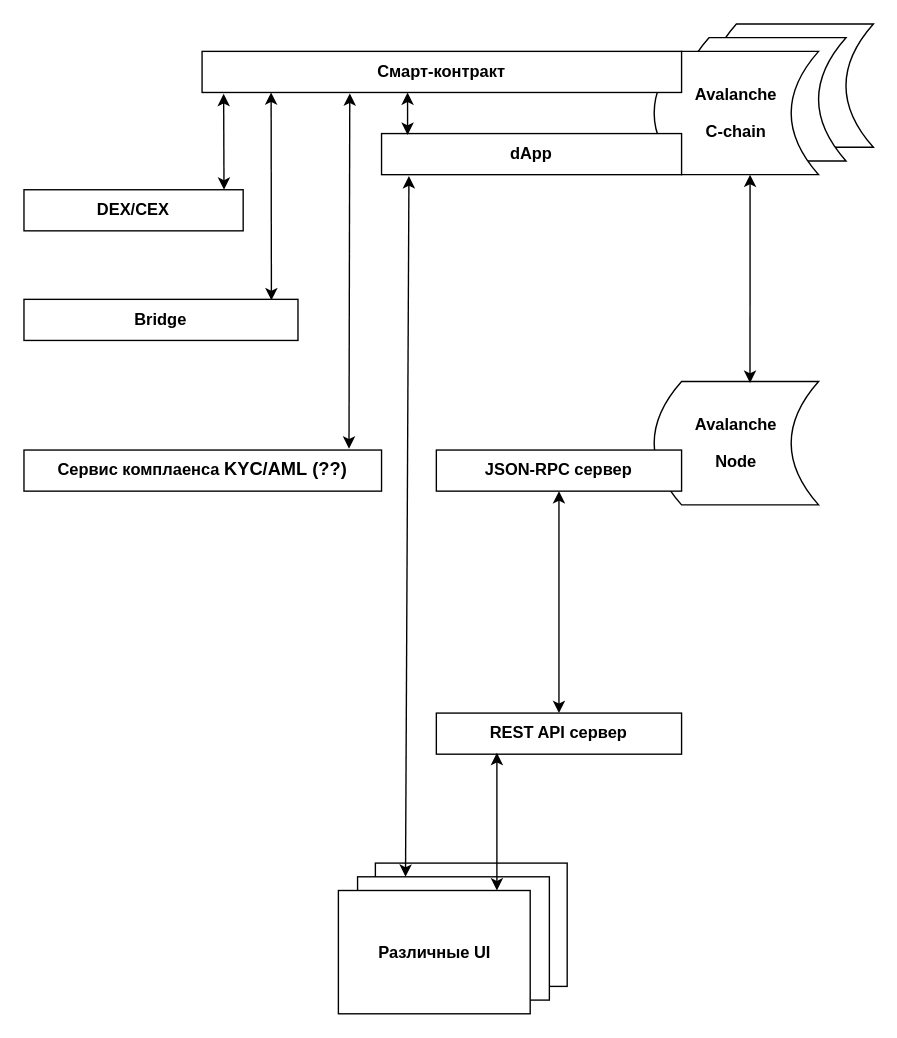
Earlier version of the draw.io diagram RETM_MVP.drawio (rpurei/RETM-Schemes). Source tidied: cells renumbered, new cells numbered last; positions are measured from the earlier drawing's top-left corner, leaving out a move shared by most shapes. Both pictures are drawn from the tidied source at 137%, with x=0, y=0 at pixel (23, 23).
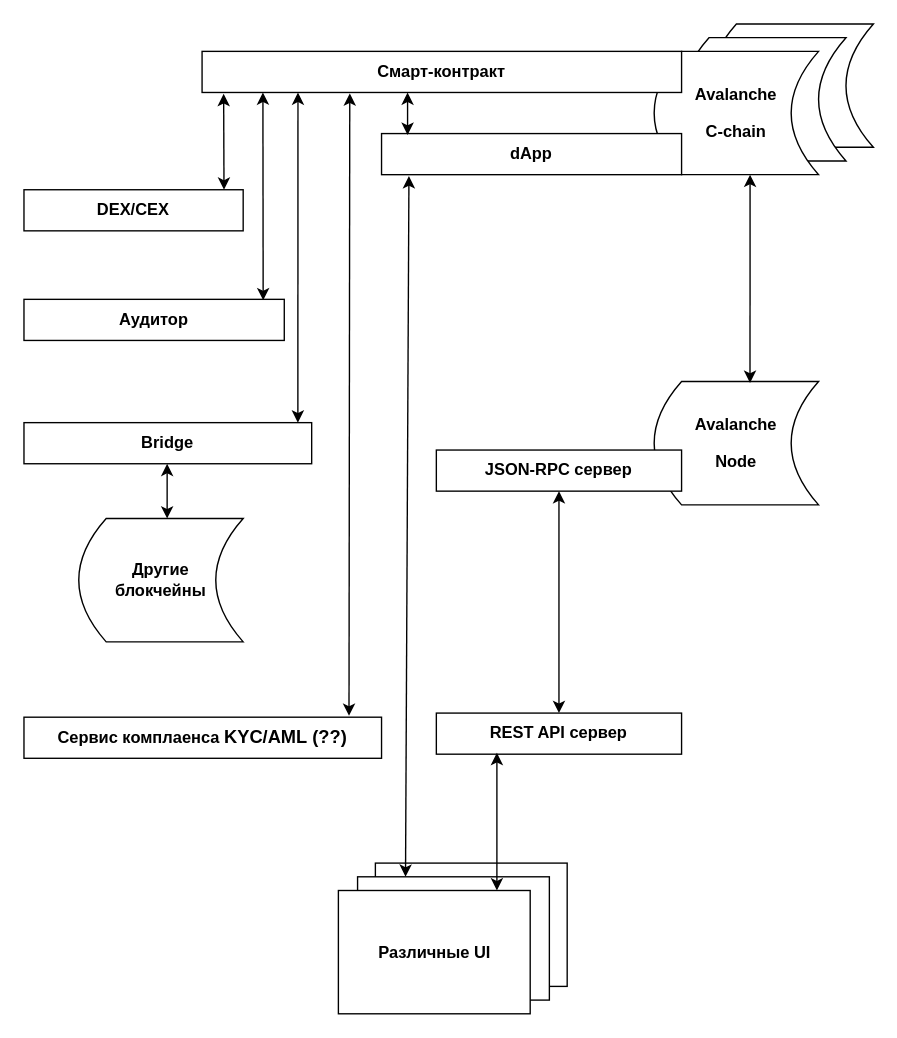
Above is the later version.

Unchanged cells that the change refers to:
```xml
<mxCell id="5" value="&lt;p align=&quot;center&quot; class=&quot;MsoNormal&quot;&gt;&lt;b&gt;Смарт-контракт&lt;/b&gt;&lt;/p&gt;" style="rounded=0;whiteSpace=wrap;html=1;" parent="1" vertex="1">
  <mxGeometry x="130" y="20" width="350" height="30" as="geometry" />
</mxCell>
```

What changed in the source:
```diff
@@
     <mxCell id="15" value="&lt;p align=&quot;center&quot; class=&quot;MsoNormal&quot;&gt;&lt;b&gt;Сервис комплаенса &lt;/b&gt;&lt;b&gt;&lt;span style=&quot;font-size:10.0pt;line-height:107%;mso-ansi-language:EN-US&quot; lang=&quot;EN-US&quot;&gt;KYC/AML&lt;/span&gt;&lt;/b&gt;&lt;b&gt;&lt;span style=&quot;font-size:10.0pt;line-height:107%&quot;&gt; (??)&lt;/span&gt;&lt;/b&gt;&lt;/p&gt;" style="rounded=0;whiteSpace=wrap;html=1;" parent="1" vertex="1">
-      <mxGeometry y="311" width="261" height="30" as="geometry" />
+      <mxGeometry y="506" width="261" height="30" as="geometry" />
     </mxCell>
@@
-    <mxCell id="20" style="endArrow=classic;startArrow=classic;html=1;rounded=0;exitX=0.903;exitY=0.023;exitDx=0;exitDy=0;entryX=0.144;entryY=0.999;entryDx=0;entryDy=0;entryPerimeter=0;exitPerimeter=0;" parent="1" edge="1" source="21" target="5">
-      <mxGeometry relative="1" as="geometry" />
+    <mxCell id="20" style="endArrow=classic;startArrow=classic;html=1;rounded=0;exitX=0.903;exitY=0.023;exitDx=0;exitDy=0;entryX=0.144;entryY=0.999;entryDx=0;entryDy=0;entryPerimeter=0;exitPerimeter=0;" parent="1" edge="1">
+      <mxGeometry relative="1" as="geometry">
+        <mxPoint x="174.6" y="201.7" as="sourcePoint" />
+        <mxPoint x="174.4" y="50" as="targetPoint" />
+      </mxGeometry>
     </mxCell>
-    <mxCell id="21" value="&lt;p align=&quot;center&quot; class=&quot;MsoNormal&quot;&gt;&lt;b&gt;Bridge&lt;/b&gt;&lt;/p&gt;" style="rounded=0;whiteSpace=wrap;html=1;" parent="1" vertex="1">
-      <mxGeometry y="201" width="200" height="30" as="geometry" />
+    <mxCell id="21" value="&lt;p align=&quot;center&quot; class=&quot;MsoNormal&quot;&gt;&lt;b&gt;Аудитор&lt;/b&gt;&lt;/p&gt;" style="rounded=0;whiteSpace=wrap;html=1;" parent="1" vertex="1">
+      <mxGeometry y="201" width="190" height="30" as="geometry" />
     </mxCell>
@@
+    <mxCell id="24" value="&lt;p align=&quot;center&quot; class=&quot;MsoNormal&quot;&gt;&lt;b&gt;Bridge&lt;/b&gt;&lt;/p&gt;" style="rounded=0;whiteSpace=wrap;html=1;" parent="1" vertex="1">
+      <mxGeometry y="291" width="210" height="30" as="geometry" />
+    </mxCell>
+    <mxCell id="25" style="endArrow=classic;startArrow=classic;html=1;rounded=0;exitX=0.952;exitY=0;exitDx=0;exitDy=0;entryX=0.144;entryY=0.999;entryDx=0;entryDy=0;entryPerimeter=0;exitPerimeter=0;" parent="1" edge="1" source="24">
+      <mxGeometry relative="1" as="geometry">
+        <mxPoint x="200" y="50" as="targetPoint" />
+      </mxGeometry>
+    </mxCell>
+    <mxCell id="26" value="&lt;p align=&quot;center&quot; class=&quot;MsoNormal&quot;&gt;&lt;b&gt;Другие &lt;br&gt;блокчейны&lt;/b&gt;&lt;/p&gt;" style="shape=dataStorage;whiteSpace=wrap;html=1;fixedSize=1;" parent="1" vertex="1">
+      <mxGeometry x="40" y="361" width="120" height="90" as="geometry" />
+    </mxCell>
+    <mxCell id="27" style="endArrow=classic;startArrow=classic;html=1;rounded=0;entryX=0.045;entryY=1.033;entryDx=0;entryDy=0;entryPerimeter=0;" parent="1" edge="1">
+      <mxGeometry relative="1" as="geometry">
+        <mxPoint x="104.5" y="361" as="sourcePoint" />
+        <mxPoint x="104.5" y="321" as="targetPoint" />
+      </mxGeometry>
+    </mxCell>
```
